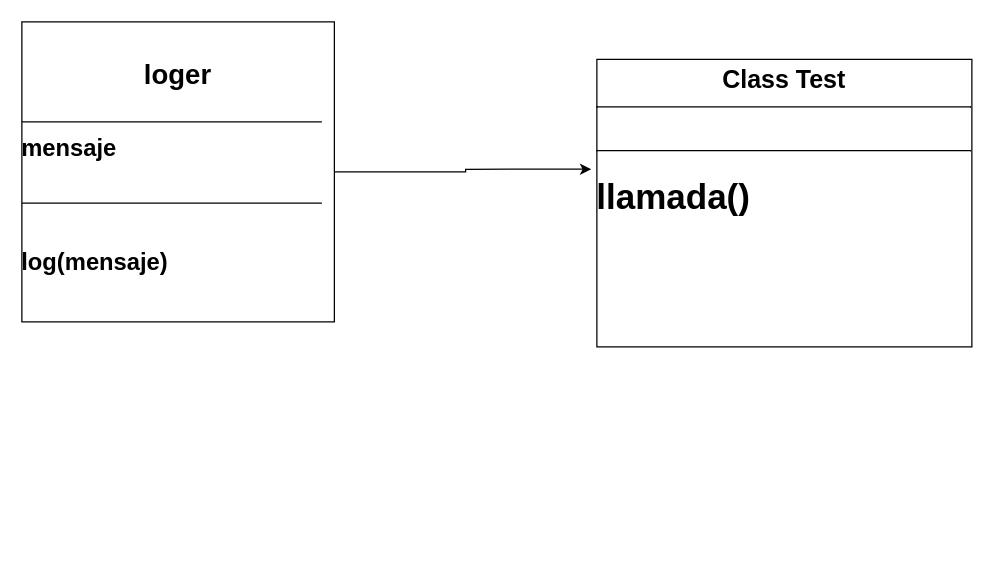
Earlier version of the draw.io diagram logger.drawio (Alfonso18Feb/Classes-POO.Ind1). Source tidied: cells renumbered, new cells numbered last; positions are measured from the earlier drawing's top-left corner, leaving out a move shared by most shapes. Both pictures are drawn from the tidied source at 125%, with x=0, y=0 at pixel (21, 21).
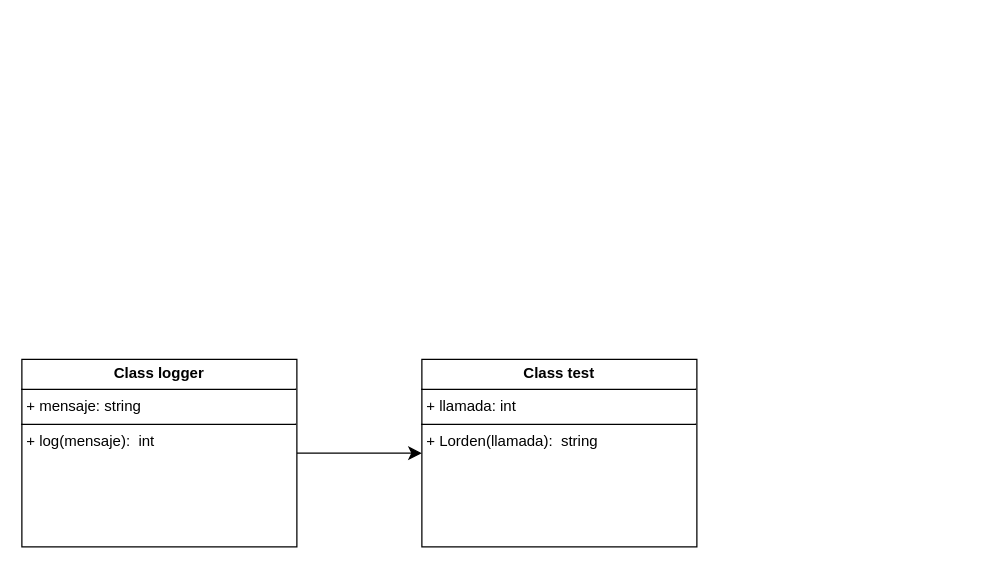
After the change.

Commit message:
Actualizar con class

The edit, as a diff of the source:
```diff
@@
 <mxGraphModel>
   <root>
     <mxCell id="0" />
     <mxCell id="1" parent="0" />
-    <mxCell id="2" value="&lt;p style=&quot;margin: 4px 0px 0px; text-align: center; font-size: 22px;&quot;&gt;&lt;br&gt;&lt;b style=&quot;&quot;&gt;&lt;font style=&quot;font-size: 22px;&quot;&gt;loger&lt;/font&gt;&lt;/b&gt;&lt;/p&gt;&lt;p style=&quot;margin: 4px 0px 0px; text-align: center; font-size: 22px;&quot;&gt;&lt;b&gt;&lt;br&gt;&lt;/b&gt;&lt;/p&gt;&lt;p style=&quot;margin: 4px 0px 0px; font-size: 19px;&quot;&gt;&lt;b style=&quot;&quot;&gt;&lt;font style=&quot;font-size: 19px;&quot;&gt;mensaje&lt;/font&gt;&lt;/b&gt;&lt;/p&gt;&lt;p style=&quot;margin: 4px 0px 0px; font-size: 19px;&quot;&gt;&lt;b&gt;&lt;br&gt;&lt;/b&gt;&lt;/p&gt;&lt;p style=&quot;margin: 4px 0px 0px;&quot;&gt;&lt;b&gt;&lt;br&gt;&lt;/b&gt;&lt;/p&gt;&lt;p style=&quot;margin: 4px 0px 0px;&quot;&gt;&lt;b&gt;&lt;br&gt;&lt;/b&gt;&lt;/p&gt;&lt;p style=&quot;margin: 4px 0px 0px;&quot;&gt;&lt;b&gt;&lt;font style=&quot;font-size: 19px;&quot;&gt;log(mensaje)&lt;/font&gt;&lt;/b&gt;&lt;/p&gt;" style="verticalAlign=top;align=left;overflow=fill;html=1;whiteSpace=wrap;" parent="1" vertex="1">
-      <mxGeometry width="250" height="240" as="geometry" />
-    </mxCell>
-    <mxCell id="3" value="&lt;p style=&quot;margin: 4px 0px 0px; text-align: center; font-size: 20px;&quot;&gt;&lt;b style=&quot;&quot;&gt;&lt;font style=&quot;font-size: 20px;&quot;&gt;Class Test&lt;/font&gt;&lt;/b&gt;&lt;/p&gt;&lt;hr size=&quot;1&quot; style=&quot;border-style: solid; font-size: 20px;&quot;&gt;&lt;div style=&quot;height:2px;&quot;&gt;&lt;br&gt;&lt;/div&gt;&lt;div style=&quot;height:2px;&quot;&gt;&lt;br&gt;&lt;/div&gt;&lt;div style=&quot;height:2px;&quot;&gt;&lt;br&gt;&lt;/div&gt;&lt;div style=&quot;height:2px;&quot;&gt;&lt;br&gt;&lt;/div&gt;&lt;div style=&quot;height:2px;&quot;&gt;&lt;br&gt;&lt;/div&gt;&lt;div style=&quot;height:2px;&quot;&gt;&lt;br&gt;&lt;/div&gt;&lt;div style=&quot;height:2px;&quot;&gt;&lt;br&gt;&lt;/div&gt;&lt;div style=&quot;height:2px;&quot;&gt;&lt;br&gt;&lt;/div&gt;&lt;div style=&quot;height:2px;&quot;&gt;&lt;br&gt;&lt;/div&gt;&lt;hr size=&quot;1&quot; style=&quot;border-style:solid;&quot;&gt;&lt;br&gt;&lt;div style=&quot;height:2px;&quot;&gt;&lt;b&gt;&lt;font style=&quot;font-size: 28px;&quot;&gt;llamada()&lt;/font&gt;&lt;/b&gt;&lt;/div&gt;" style="verticalAlign=top;align=left;overflow=fill;html=1;whiteSpace=wrap;" parent="1" vertex="1">
-      <mxGeometry x="460" y="30" width="300" height="230" as="geometry" />
-    </mxCell>
-    <mxCell id="4" style="line;strokeWidth=1;fillColor=none;align=left;verticalAlign=middle;spacingTop=-1;spacingLeft=3;spacingRight=3;labelPosition=right;strokeColor=inherit;" parent="1" vertex="1">
-      <mxGeometry y="141" width="240" height="8" as="geometry" />
-    </mxCell>
-    <mxCell id="5" style="line;strokeWidth=1;fillColor=none;align=left;verticalAlign=middle;spacingTop=-1;spacingLeft=3;spacingRight=3;labelPosition=right;strokeColor=inherit;" parent="1" vertex="1">
-      <mxGeometry y="76" width="240" height="8" as="geometry" />
-    </mxCell>
-    <mxCell id="6" style="edgeStyle=orthogonalEdgeStyle;rounded=0;jettySize=auto;html=1;entryX=-0.015;entryY=0.382;entryDx=0;entryDy=0;entryPerimeter=0;" parent="1" edge="1" source="2" target="3">
-      <mxGeometry relative="1" as="geometry" />
-    </mxCell>
+    <mxCell id="7" style="edgeStyle=none;curved=1;rounded=0;jettySize=auto;html=1;exitX=1;exitY=0.5;exitDx=0;exitDy=0;entryX=0;entryY=0.5;entryDx=0;entryDy=0;fontSize=12;startSize=8;endSize=8;" parent="1" edge="1" source="8" target="9">
+      <mxGeometry relative="1" as="geometry" />
+    </mxCell>
+    <mxCell id="8" value="&lt;p style=&quot;margin:0px;margin-top:4px;text-align:center;&quot;&gt;&lt;b&gt;Class logger&lt;/b&gt;&lt;/p&gt;&lt;hr size=&quot;1&quot; style=&quot;border-style:solid;&quot;&gt;&lt;p style=&quot;margin:0px;margin-left:4px;&quot;&gt;+ mensaje: string&lt;/p&gt;&lt;hr size=&quot;1&quot; style=&quot;border-style:solid;&quot;&gt;&lt;p style=&quot;margin:0px;margin-left:4px;&quot;&gt;+ log(mensaje):&amp;nbsp; int&lt;/p&gt;" style="verticalAlign=top;align=left;overflow=fill;html=1;whiteSpace=wrap;" parent="1" vertex="1">
+      <mxGeometry y="270" width="220" height="150" as="geometry" />
+    </mxCell>
+    <mxCell id="9" value="&lt;p style=&quot;margin:0px;margin-top:4px;text-align:center;&quot;&gt;&lt;b&gt;Class test&lt;/b&gt;&lt;/p&gt;&lt;hr size=&quot;1&quot; style=&quot;border-style:solid;&quot;&gt;&lt;p style=&quot;margin:0px;margin-left:4px;&quot;&gt;+ llamada: int&lt;/p&gt;&lt;hr size=&quot;1&quot; style=&quot;border-style:solid;&quot;&gt;&lt;p style=&quot;margin:0px;margin-left:4px;&quot;&gt;+ Lorden(llamada):&amp;nbsp; string&lt;/p&gt;" style="verticalAlign=top;align=left;overflow=fill;html=1;whiteSpace=wrap;" parent="1" vertex="1">
+      <mxGeometry x="320" y="270" width="220" height="150" as="geometry" />
+    </mxCell>
   </root>
 </mxGraphModel>
```
